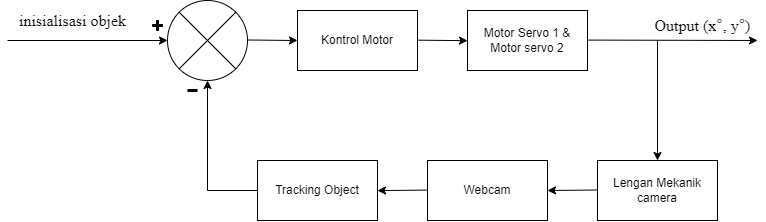
This is Untitled Diagram.drawio.png from Xsanjaya/draw.io, a draw.io export, as it was before one commit. Source tidied: cells renumbered, new cells last; positions are measured from the earlier drawing's top-left corner, leaving out a move shared by most shapes.
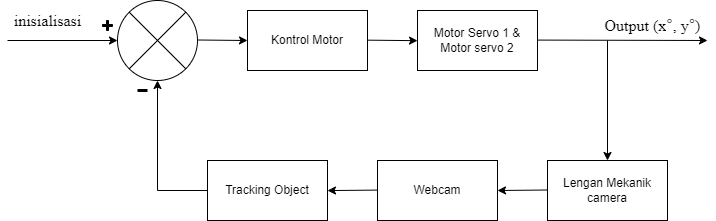
Later version of the same file.

Diff of the diagram source:
```diff
@@ -4,7 +4,7 @@
     <mxCell id="1" parent="0" />
     <mxCell id="2" style="endArrow=classic;html=1;rounded=0;" parent="1" edge="1">
       <mxGeometry relative="1" as="geometry">
-        <mxPoint y="40" as="sourcePoint" />
+        <mxPoint x="50" y="40" as="sourcePoint" />
         <mxPoint x="160" y="40" as="targetPoint" />
       </mxGeometry>
     </mxCell>
@@ -84,8 +84,8 @@
     <mxCell id="19" value="&lt;font size=&quot;3&quot; face=&quot;Times New Roman&quot;&gt;Output (x&lt;/font&gt;&lt;span style=&quot;color: rgb(84, 84, 84); font-family: Helvetica, &amp;quot;Nimbus Sans L&amp;quot;, Arial, &amp;quot;Liberation Sans&amp;quot;, sans-serif; font-size: 16px; text-align: start; background-color: rgb(255, 255, 255);&quot;&gt;°&lt;/span&gt;&lt;font size=&quot;3&quot; face=&quot;Times New Roman&quot;&gt;, y&lt;/font&gt;&lt;span style=&quot;color: rgb(84, 84, 84); font-family: Helvetica, &amp;quot;Nimbus Sans L&amp;quot;, Arial, &amp;quot;Liberation Sans&amp;quot;, sans-serif; font-size: 16px; text-align: start; background-color: rgb(255, 255, 255);&quot;&gt;°&lt;/span&gt;&lt;font size=&quot;3&quot; face=&quot;Times New Roman&quot;&gt;)&lt;/font&gt;" style="text;html=1;align=center;verticalAlign=middle;fillColor=none;strokeColor=none;rounded=0;fontSize=9;" parent="1" vertex="1">
       <mxGeometry x="640" y="15" width="110" height="20" as="geometry" />
     </mxCell>
-    <mxCell id="20" value="&lt;font size=&quot;3&quot; face=&quot;Times New Roman&quot;&gt;inisialisasi objek&lt;/font&gt;" style="text;html=1;align=center;verticalAlign=middle;fillColor=none;strokeColor=none;rounded=0;fontSize=9;" parent="1" vertex="1">
-      <mxGeometry x="5" y="10" width="120" height="20" as="geometry" />
+    <mxCell id="20" value="&lt;font size=&quot;3&quot; face=&quot;Times New Roman&quot;&gt;inisialisasi&lt;/font&gt;" style="text;html=1;align=center;verticalAlign=middle;fillColor=none;strokeColor=none;rounded=0;fontSize=9;" parent="1" vertex="1">
+      <mxGeometry x="50" y="10" width="80" height="20" as="geometry" />
     </mxCell>
   </root>
 </mxGraphModel>
```
